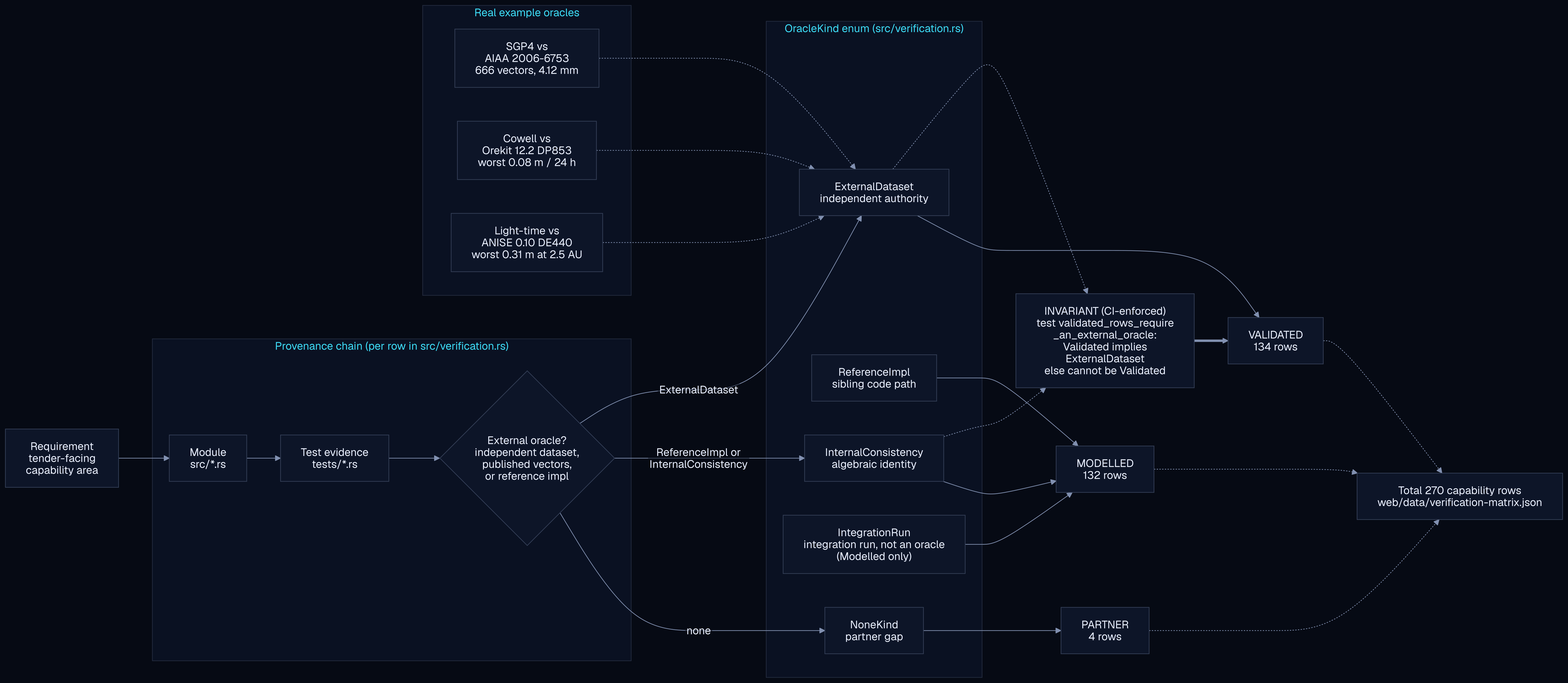
ashfordeOU/kshana keeps this Mermaid diagram as docs/assets/diagrams/validation-provenance.png. Above is the earlier version. Its source is kept beside it as docs/diagrams/validation-provenance.mmd.
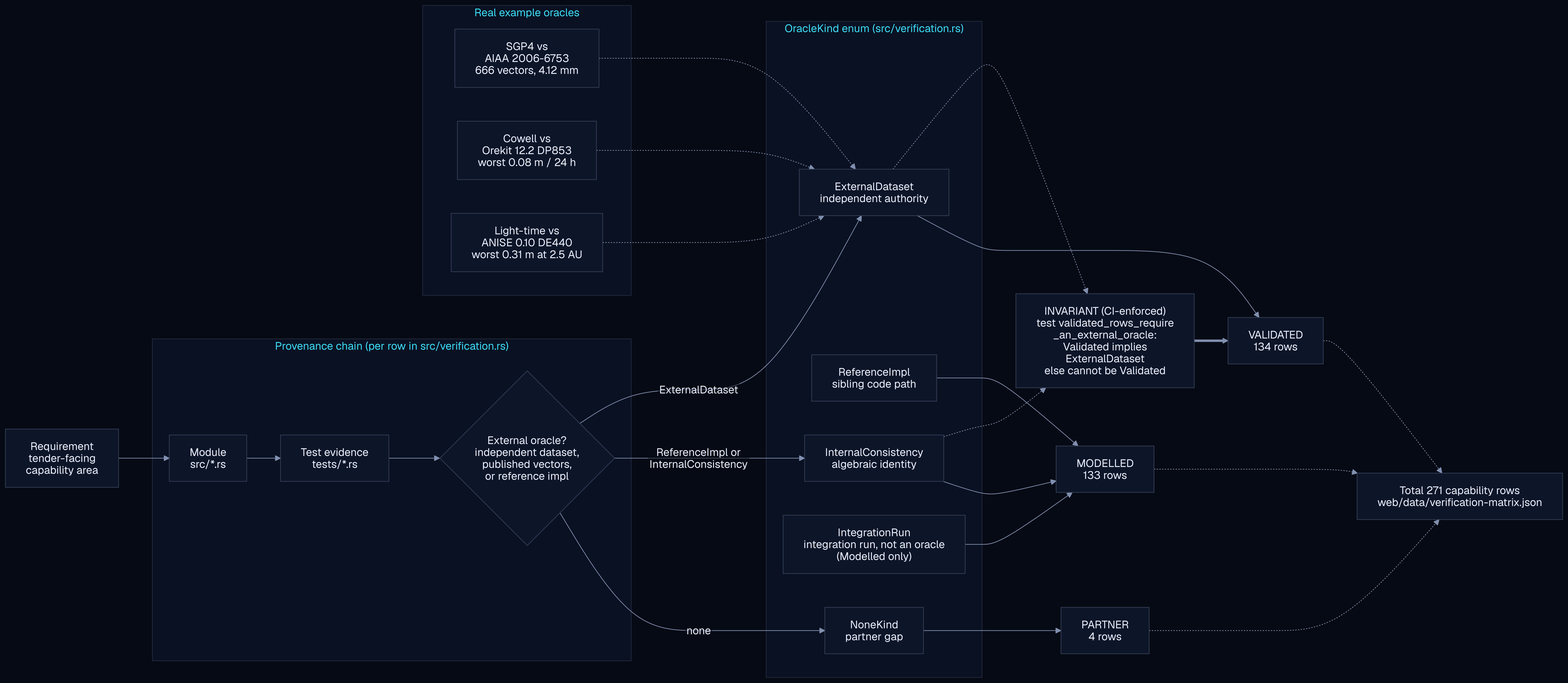
Above is the later version.

What changed in the source:
```diff
@@ -28,7 +28,7 @@
     INT -.-> GUARD
 
     EXT --> VAL["VALIDATED<br/>134 rows"]
-    REF --> MDL["MODELLED<br/>132 rows"]
+    REF --> MDL["MODELLED<br/>133 rows"]
     INT --> MDL
     IRN --> MDL
     NON --> PRT["PARTNER<br/>4 rows"]
@@ -45,7 +45,7 @@
     E2 -.-> EXT
     E3 -.-> EXT
 
-    TOTAL["Total 270 capability rows<br/>web/data/verification-matrix.json"]
+    TOTAL["Total 271 capability rows<br/>web/data/verification-matrix.json"]
     VAL -.-> TOTAL
     MDL -.-> TOTAL
     PRT -.-> TOTAL
```
